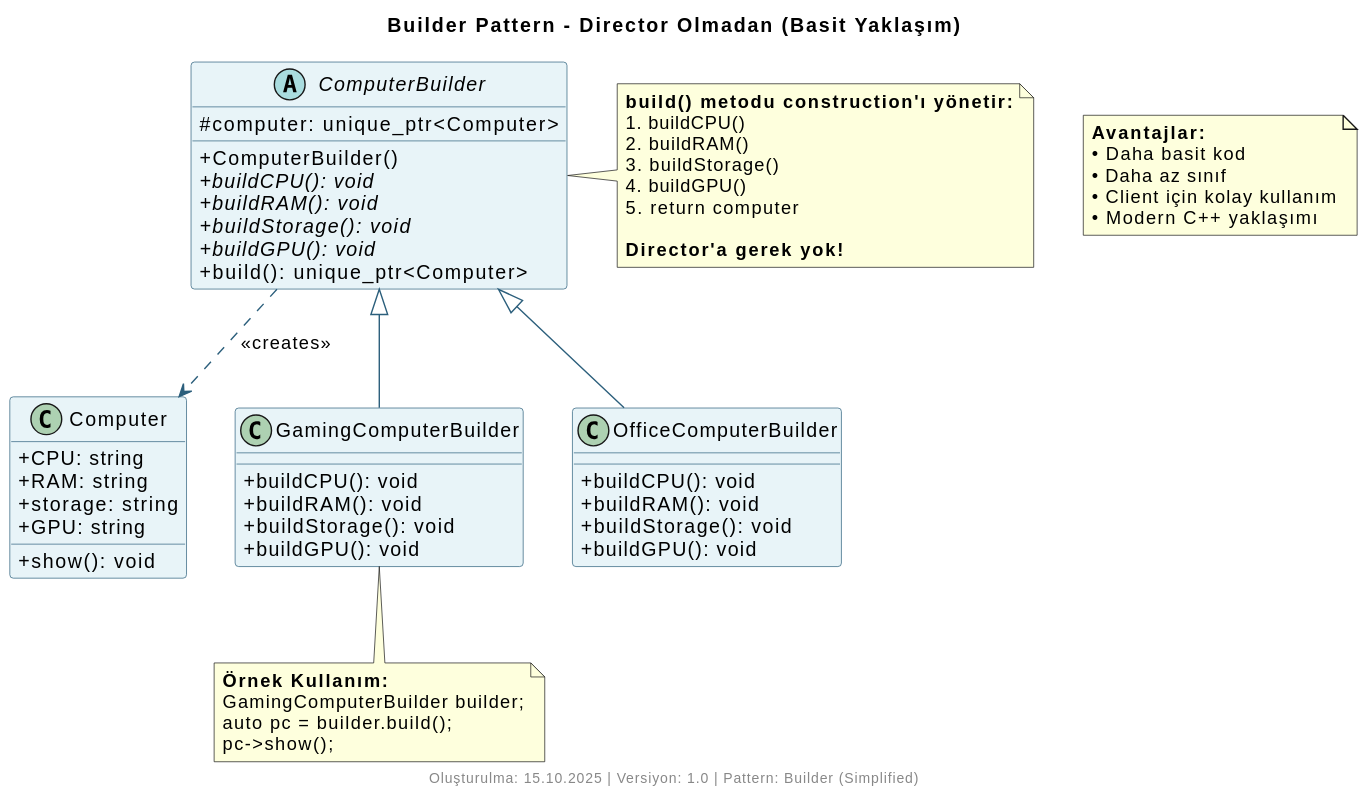
The PlantUML diagram creational/builder/basic_computer/diagram.svg in kaayra2000/tasarim_kaliplari, before a commit. Source of this version:
```plantuml
@startuml

title Builder Pattern - Director Olmadan (Basit Yaklaşım)

skinparam classAttributeIconSize 0
skinparam backgroundColor #FFFFFF
skinparam shadowing false

skinparam class {
    BackgroundColor #E8F4F8
    BorderColor #2C5F7C
    ArrowColor #2C5F7C
}

class Computer {
    +CPU: string
    +RAM: string
    +storage: string
    +GPU: string
    __
    +show(): void
}

abstract class ComputerBuilder {
    #computer: unique_ptr<Computer>
    __
    +ComputerBuilder()
    +{abstract} buildCPU(): void
    +{abstract} buildRAM(): void
    +{abstract} buildStorage(): void
    +{abstract} buildGPU(): void
    +build(): unique_ptr<Computer>
}

class GamingComputerBuilder {
    +buildCPU(): void
    +buildRAM(): void
    +buildStorage(): void
    +buildGPU(): void
}

class OfficeComputerBuilder {
    +buildCPU(): void
    +buildRAM(): void
    +buildStorage(): void
    +buildGPU(): void
}

ComputerBuilder ..> Computer : <<creates>>
ComputerBuilder <|-- GamingComputerBuilder
ComputerBuilder <|-- OfficeComputerBuilder

note right of ComputerBuilder
  **build() metodu construction'ı yönetir:**
  1. buildCPU()
  2. buildRAM()
  3. buildStorage()
  4. buildGPU()
  5. return computer

  **Director'a gerek yok!**
end note

note bottom of GamingComputerBuilder
  **Örnek Kullanım:**
  GamingComputerBuilder builder;
  auto pc = builder.build();
  pc->show();
end note

note "**Avantajlar:**\n• Daha basit kod\n• Daha az sınıf\n• Client için kolay kullanım\n• Modern C++ yaklaşımı" as N1

footer Oluşturulma: 15.10.2025 | Versiyon: 1.0 | Pattern: Builder (Simplified)
@enduml
```
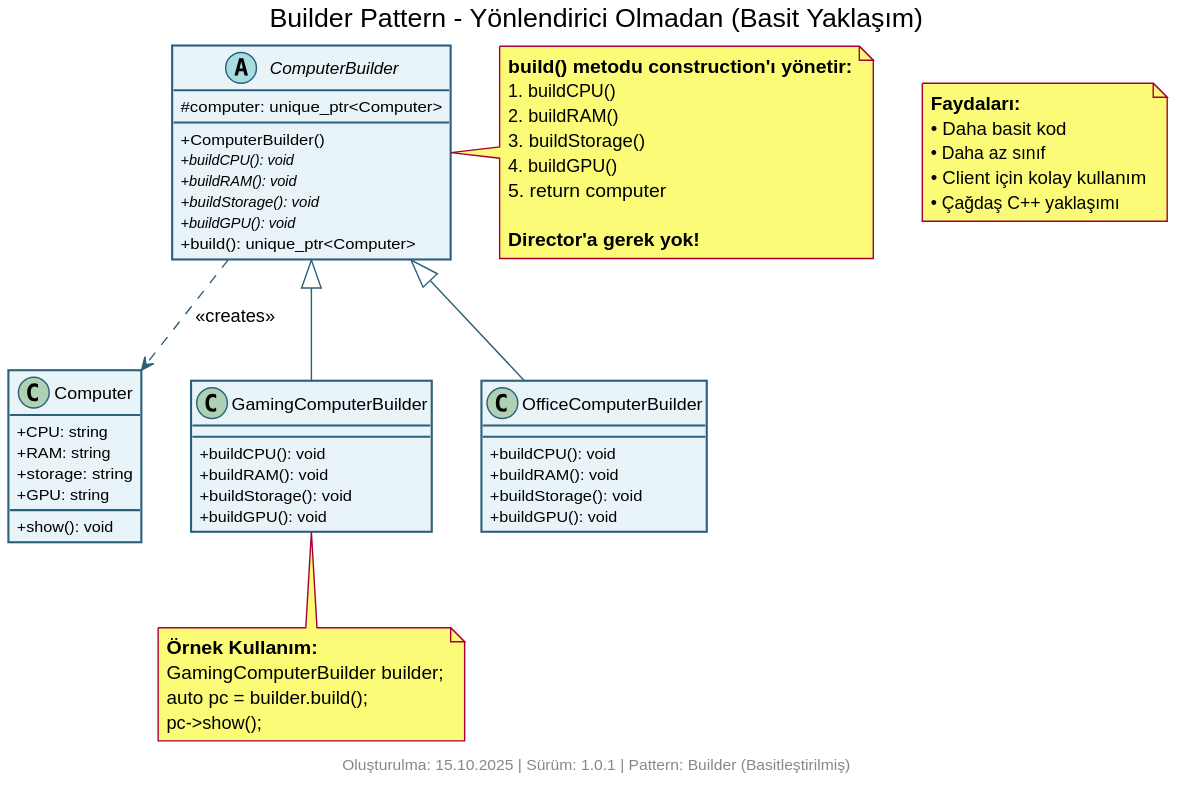
The same file after the commit.

Diff of the diagram source:
```diff
@@ -1,6 +1,6 @@
 @startuml
 
-title Builder Pattern - Director Olmadan (Basit Yaklaşım)
+title Builder Pattern - Yönlendirici Olmadan (Basit Yaklaşım)
 
 skinparam classAttributeIconSize 0
 skinparam backgroundColor #FFFFFF
@@ -68,7 +68,8 @@
   pc->show();
 end note
 
-note "**Avantajlar:**\n• Daha basit kod\n• Daha az sınıf\n• Client için kolay kullanım\n• Modern C++ yaklaşımı" as N1
+note "**Faydaları:**\n• Daha basit kod\n• Daha az sınıf\n• Client için kolay kullanım\n• Çağdaş C++ yaklaşımı" as N1
 
-footer Oluşturulma: 15.10.2025 | Versiyon: 1.0 | Pattern: Builder (Simplified)
+footer Oluşturulma: 15.10.2025 | Sürüm: 1.0.1 | Pattern: Builder (Basitleştirilmiş)
+
 @enduml
```
